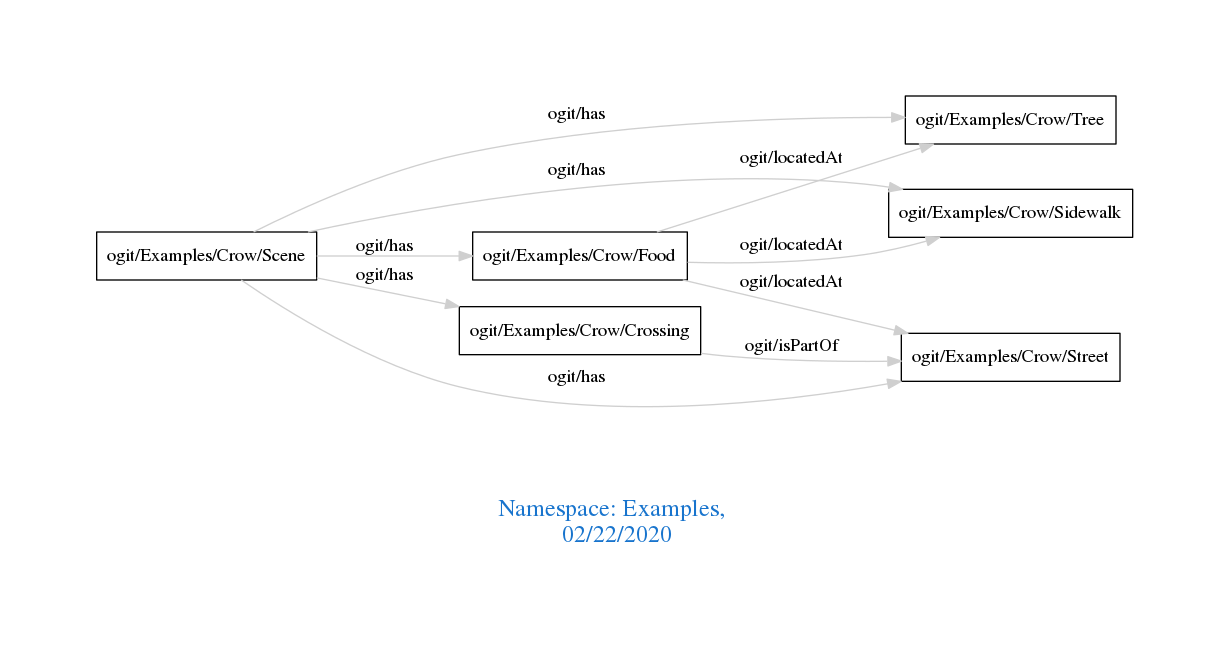
Before: downloads/Examples.png, a diagram exported from Graphviz (arago/OGIT). Its source is kept beside it as downloads/Examples.dot.
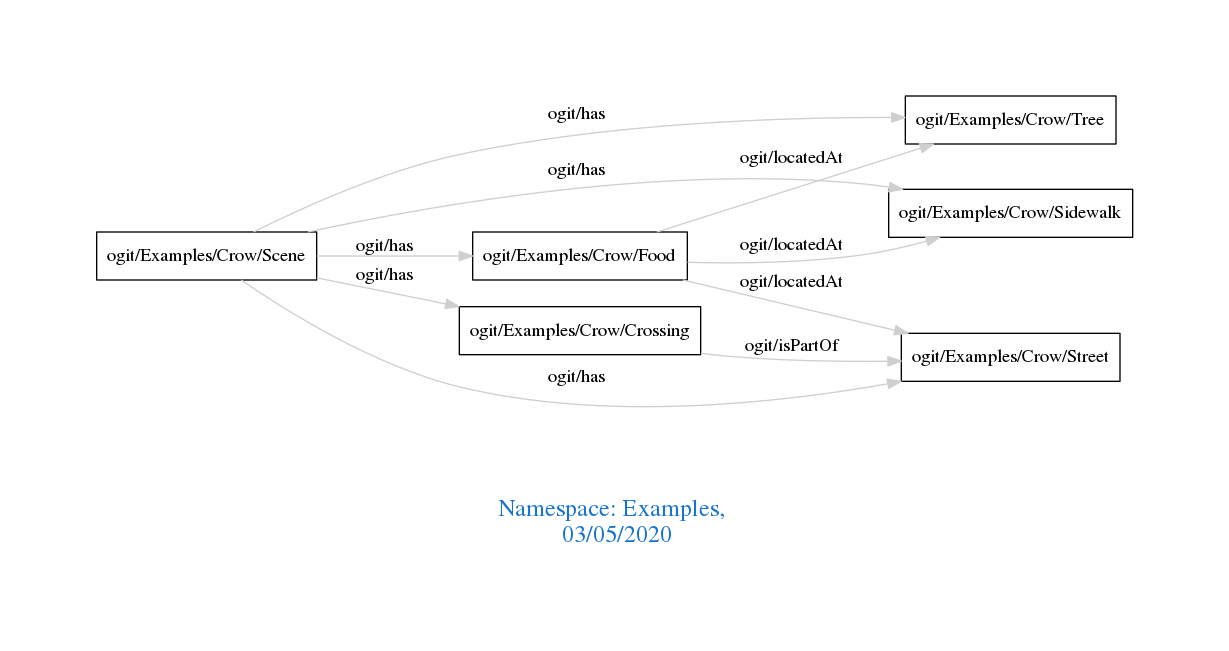
The same diagram one commit later.

Change to the diagram source:
```diff
@@ -1,7 +1,7 @@
 digraph OGIT_ontology {
  graph [ rankdir= LR,pad=1
 fontsize = 18,
-fontcolor= dodgerblue3,label = "\n\n\nNamespace: Examples, \n 02/22/2020"];
+fontcolor= dodgerblue3,label = "\n\n\nNamespace: Examples, \n 03/05/2020"];
 node[shape=polygon];
 edge [  color="gray81"];
 
```
